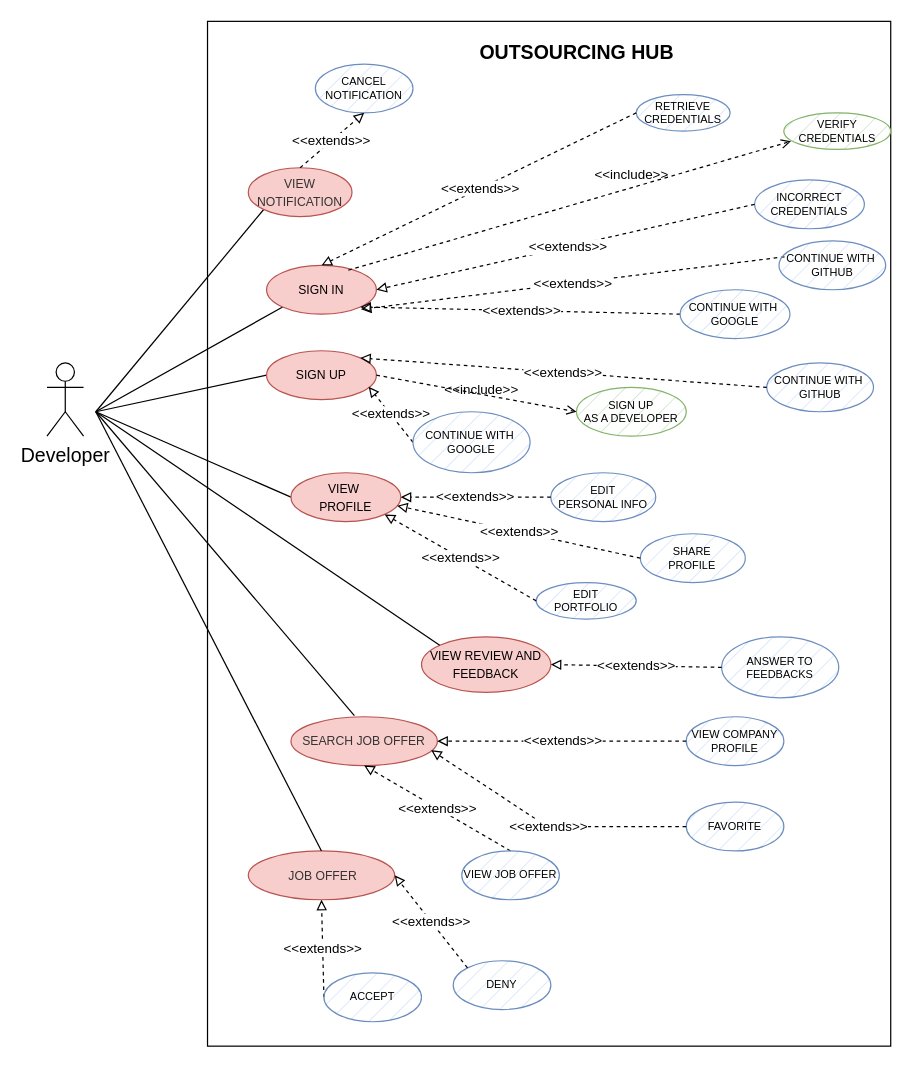
This is use_cases/use_cases_dev.drawio from mattiadanisi00/ids, a draw.io file, before an edit. Source tidied: cells renumbered, new cells numbered last; positions are measured from the earlier drawing's top-left corner, leaving out a move shared by most shapes. Both pictures are drawn from the tidied source at 122%, with x=0, y=0 at pixel (46, 21).
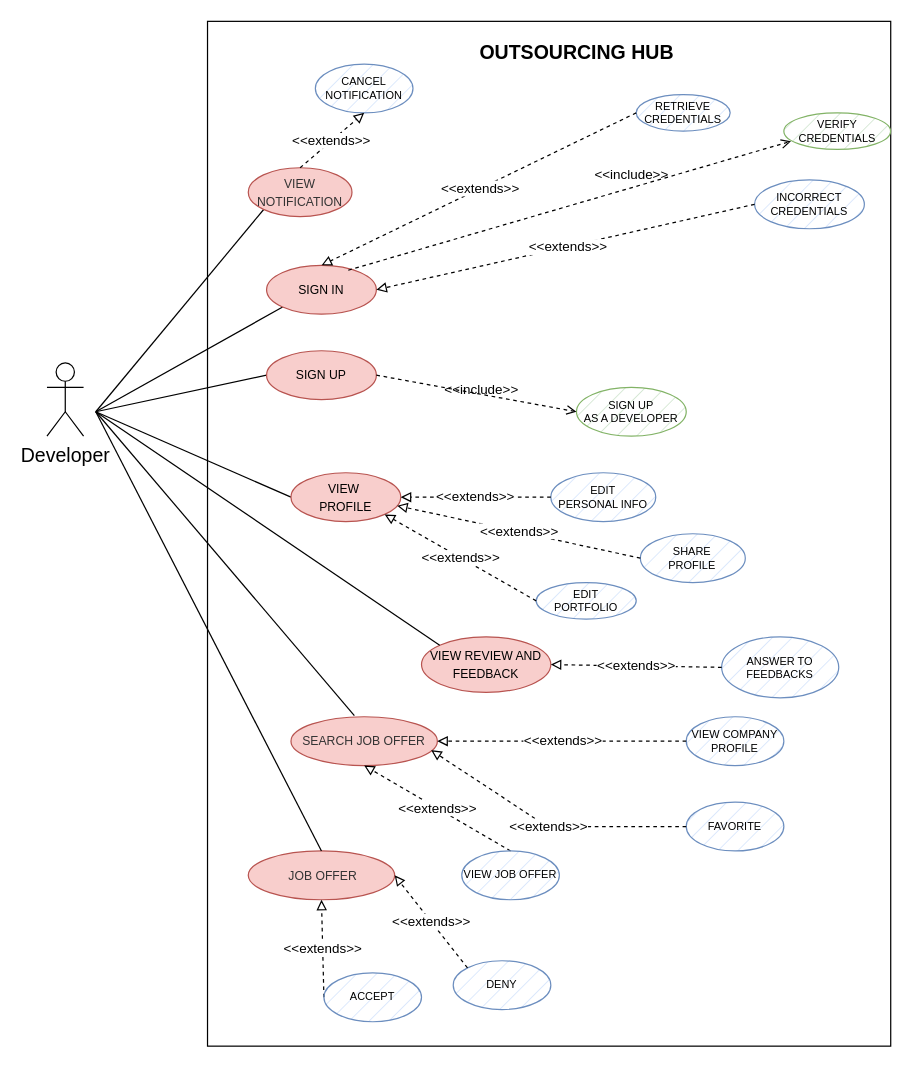
The same page after the edit.

The change refers to these unchanged cells:
```xml
<mxCell id="8" value="&lt;font style=&quot;font-size: 10px;&quot;&gt;SIGN IN&lt;/font&gt;" style="ellipse;whiteSpace=wrap;html=1;fillColor=#f8cecc;strokeColor=#b85450;" parent="1" vertex="1">
  <mxGeometry x="180" y="200" width="90" height="40" as="geometry" />
</mxCell>
<mxCell id="11" value="&lt;font style=&quot;font-size: 10px;&quot;&gt;SIGN UP&lt;/font&gt;" style="ellipse;whiteSpace=wrap;html=1;fillColor=#f8cecc;strokeColor=#b85450;" parent="1" vertex="1">
  <mxGeometry x="180" y="270" width="90" height="40" as="geometry" />
</mxCell>
```

Diff of the diagram source:
```diff
@@
-    <mxCell id="19" value="&amp;lt;&amp;lt;extends&amp;gt;&amp;gt;" style="endArrow=block;endFill=0;html=1;rounded=0;dashed=1;exitX=0;exitY=0.5;exitDx=0;exitDy=0;entryX=0.93;entryY=0.738;entryDx=0;entryDy=0;entryPerimeter=0;" parent="1" edge="1" source="20" target="11">
-      <mxGeometry relative="1" as="geometry" />
-    </mxCell>
-    <mxCell id="20" value="&lt;font style=&quot;font-size: 9px;&quot;&gt;CONTINUE WITH&amp;nbsp;&lt;br style=&quot;font-size: 9px;&quot;&gt;GOOGLE&lt;br style=&quot;font-size: 9px;&quot;&gt;&lt;/font&gt;" style="ellipse;whiteSpace=wrap;html=1;fillColor=#dae8fc;strokeColor=#6c8ebf;fontSize=9;strokeWidth=1;fillStyle=hatch;" parent="1" vertex="1">
-      <mxGeometry x="300" y="320" width="96" height="50" as="geometry" />
-    </mxCell>
-    <mxCell id="21" value="&lt;font style=&quot;font-size: 9px;&quot;&gt;CONTINUE WITH&amp;nbsp;&lt;br style=&quot;font-size: 9px;&quot;&gt;GITHUB&lt;br style=&quot;font-size: 9px;&quot;&gt;&lt;/font&gt;" style="ellipse;whiteSpace=wrap;html=1;fillColor=#dae8fc;strokeColor=#6c8ebf;fontSize=9;strokeWidth=1;fillStyle=hatch;" parent="1" vertex="1">
-      <mxGeometry x="590" y="280" width="87.5" height="40" as="geometry" />
-    </mxCell>
-    <mxCell id="22" value="&amp;lt;&amp;lt;extends&amp;gt;&amp;gt;" style="endArrow=block;endFill=0;html=1;rounded=0;dashed=1;exitX=0;exitY=0.5;exitDx=0;exitDy=0;entryX=1;entryY=0;entryDx=0;entryDy=0;" parent="1" edge="1" source="21" target="11">
-      <mxGeometry relative="1" as="geometry" />
-    </mxCell>
@@
-    <mxCell id="45" value="&amp;lt;&amp;lt;extends&amp;gt;&amp;gt;" style="endArrow=block;endFill=0;html=1;rounded=0;dashed=1;exitX=0.052;exitY=0.325;exitDx=0;exitDy=0;entryX=1;entryY=0;entryDx=0;entryDy=0;exitPerimeter=0;" parent="1" edge="1" source="46">
-      <mxGeometry relative="1" as="geometry">
-        <mxPoint x="257.4" y="236" as="targetPoint" />
-      </mxGeometry>
-    </mxCell>
-    <mxCell id="46" value="&lt;font style=&quot;font-size: 9px;&quot;&gt;CONTINUE WITH&amp;nbsp;&lt;br style=&quot;font-size: 9px;&quot;&gt;GITHUB&lt;br style=&quot;font-size: 9px;&quot;&gt;&lt;/font&gt;" style="ellipse;whiteSpace=wrap;html=1;fillColor=#dae8fc;strokeColor=#6c8ebf;fontSize=9;strokeWidth=1;fillStyle=hatch;" parent="1" vertex="1">
-      <mxGeometry x="600" y="180" width="87.5" height="40" as="geometry" />
-    </mxCell>
-    <mxCell id="47" value="&amp;lt;&amp;lt;extends&amp;gt;&amp;gt;" style="endArrow=block;endFill=0;html=1;rounded=0;dashed=1;entryX=1;entryY=1;entryDx=0;entryDy=0;exitX=0;exitY=0.5;exitDx=0;exitDy=0;" parent="1" edge="1" source="48" target="8">
-      <mxGeometry x="-0.01" relative="1" as="geometry" />
-    </mxCell>
-    <mxCell id="48" value="&lt;font style=&quot;font-size: 9px;&quot;&gt;CONTINUE WITH&amp;nbsp;&lt;br style=&quot;font-size: 9px;&quot;&gt;GOOGLE&lt;br style=&quot;font-size: 9px;&quot;&gt;&lt;/font&gt;" style="ellipse;whiteSpace=wrap;html=1;fillColor=#dae8fc;strokeColor=#6c8ebf;fontSize=9;strokeWidth=1;fillStyle=hatch;" parent="1" vertex="1">
-      <mxGeometry x="519" y="220" width="90" height="40" as="geometry" />
-    </mxCell>
```
